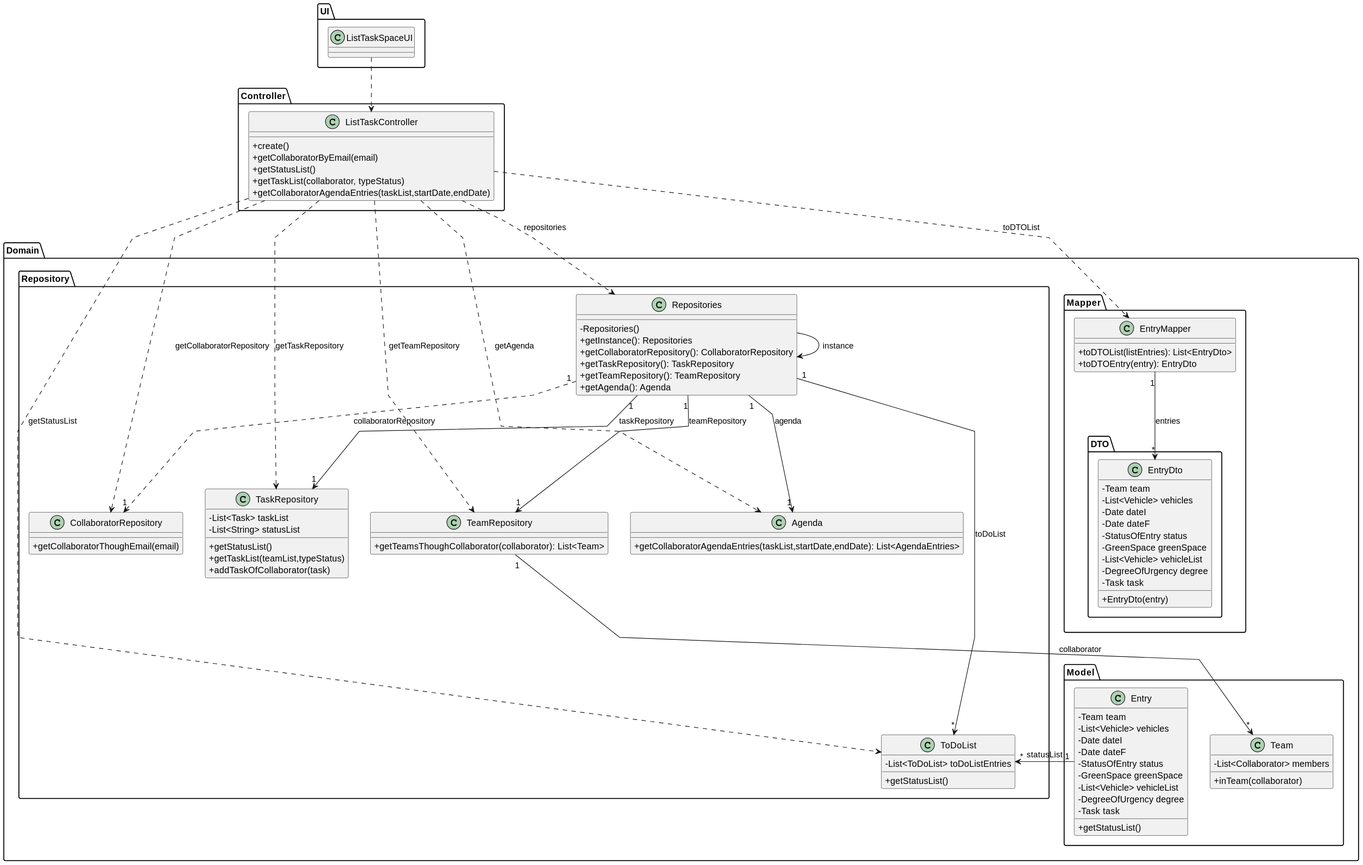
Above: docs/sprintC/us028/03.design/svg/us028-class-diagram.svg in diogoveirospro/lei-24-s2-1dg-g072 (PlantUML), before the change.
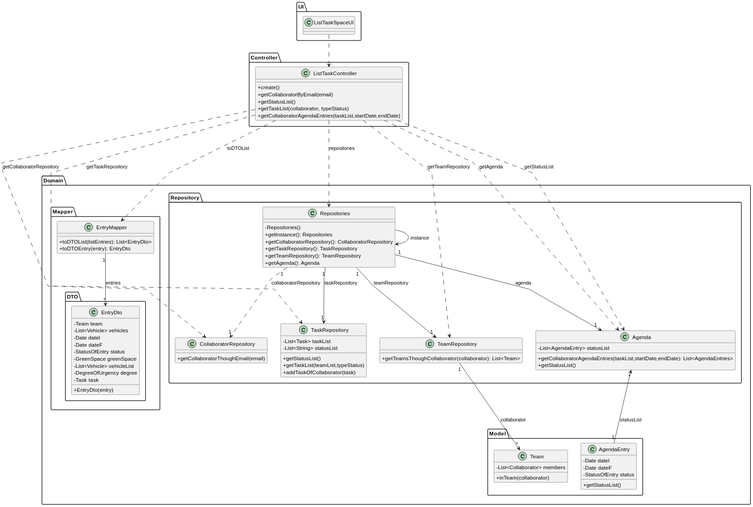
The same file after the commit.

Change to the diagram source:
```diff
@@ -24,16 +24,11 @@
     - List<Collaborator> members
     + inTeam(collaborator)
 }
-class Entry{
-    - Team team
-    - List<Vehicle> vehicles
+
+class AgendaEntry{
     - Date dateI
     - Date dateF
     - StatusOfEntry status
-    - GreenSpace greenSpace
-    - List<Vehicle> vehicleList
-    - DegreeOfUrgency degree
-    - Task task
     + getStatusList()
 }
 }
@@ -46,10 +41,6 @@
     + getTaskRepository(): TaskRepository
     + getTeamRepository(): TeamRepository
     + getAgenda(): Agenda
-}
-class "ToDoList" as toDoList{
-    - List<ToDoList> toDoListEntries
-    + getStatusList()
 }
 
 class "CollaboratorRepository" as collaboratorRepository {
@@ -69,7 +60,10 @@
 }
 
 class "Agenda" as agenda {
+    - List<AgendaEntry> statusList
+
     + getCollaboratorAgendaEntries(taskList,startDate,endDate): List<AgendaEntries>
+    + getStatusList()
 }
 }
 package Mapper {
@@ -108,7 +102,6 @@
 RepositorySingleton "1" --> "1" teamRepository: teamRepository
 RepositorySingleton "1" --> "1" agenda: agenda
 teamRepository "1" --> "*" Team: collaborator
-Entry "1" --> "*" toDoList: statusList
-RepositorySingleton "1" ---> "*" toDoList : toDoList
-CTRL ...> toDoList: getStatusList
+AgendaEntry "1" --> "*" agenda: statusList
+CTRL ....> agenda: getStatusList
 @enduml
```
